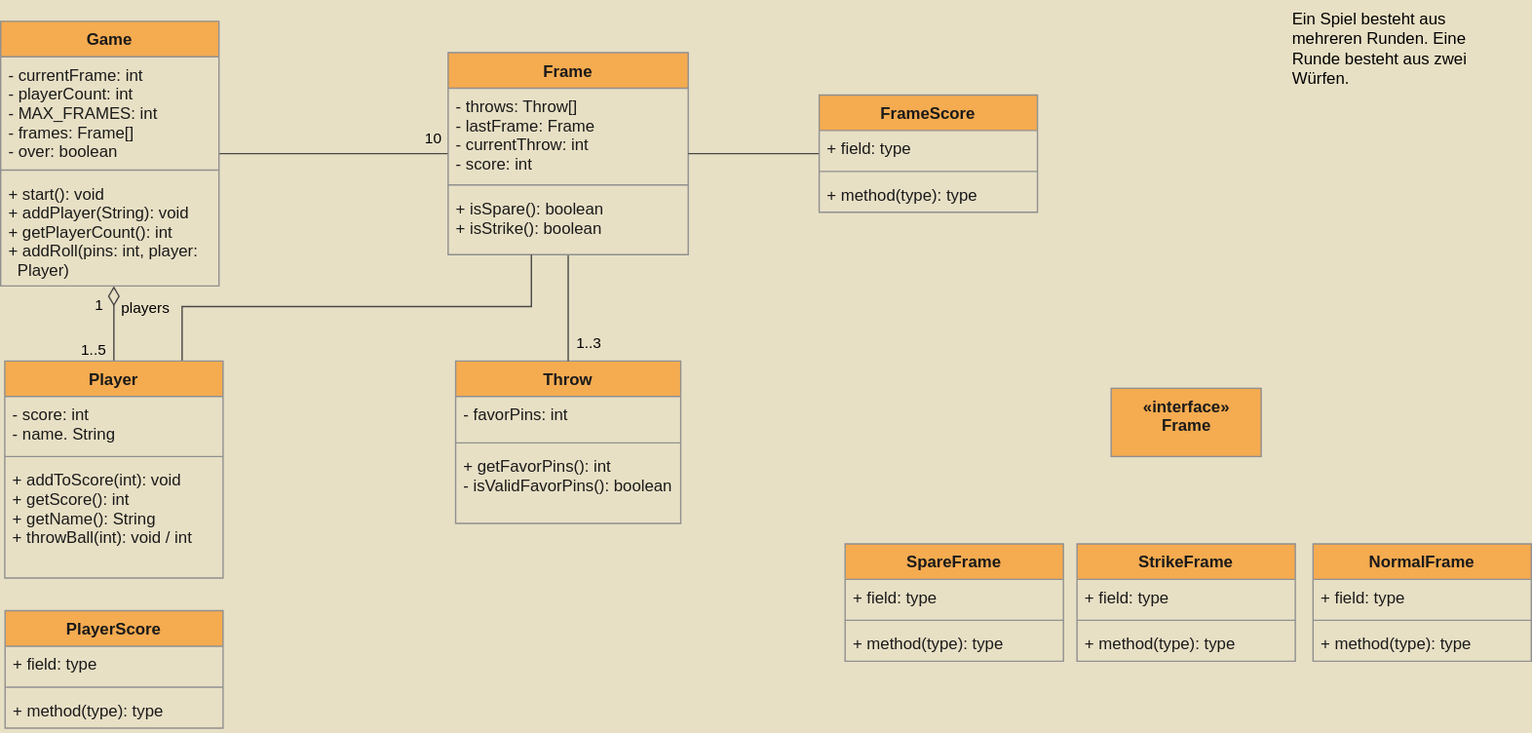
Before: main.svg, a diagram exported from draw.io (fbnr1/BowlPlay). Source tidied: cells renumbered, new cells last; positions are measured from the earlier drawing's top-left corner, leaving out a move shared by most shapes. Source of this version:
```xml
<mxGraphModel background="#E8E0C5">
  <root>
    <mxCell id="0" />
    <mxCell id="1" parent="0" />
    <mxCell id="2" value="Throw" style="swimlane;fontStyle=1;align=center;verticalAlign=top;horizontal=1;startSize=26;fillColor=#F5AB50;strokeColor=#909090;fontColor=#1A1A1A;" parent="1" vertex="1">
      <mxGeometry x="333.5" y="264" width="165" height="119" as="geometry" />
    </mxCell>
    <mxCell id="3" value="- favorPins: int" style="text;strokeColor=none;fillColor=none;align=left;verticalAlign=top;spacingLeft=4;spacingRight=4;overflow=hidden;fontColor=#1A1A1A;" parent="2" vertex="1">
      <mxGeometry y="26" width="165" height="30" as="geometry" />
    </mxCell>
    <mxCell id="4" style="line;strokeWidth=1;fillColor=none;align=left;verticalAlign=middle;spacingTop=-1;spacingLeft=3;spacingRight=3;labelPosition=right;labelBackgroundColor=#EEEEEE;strokeColor=#909090;fontColor=#1A1A1A;" parent="2" vertex="1">
      <mxGeometry y="56" width="165" height="8" as="geometry" />
    </mxCell>
    <mxCell id="5" value="+ getFavorPins(): int&#10;- isValidFavorPins(): boolean" style="text;strokeColor=none;fillColor=none;align=left;verticalAlign=top;spacingLeft=4;spacingRight=4;overflow=hidden;fontColor=#1A1A1A;" parent="2" vertex="1">
      <mxGeometry y="64" width="165" height="55" as="geometry" />
    </mxCell>
    <mxCell id="6" style="edgeStyle=orthogonalEdgeStyle;rounded=0;jettySize=auto;html=1;endArrow=none;endFill=0;startSize=12;endSize=12;strokeColor=#474747;" parent="1" edge="1" source="8" target="14">
      <mxGeometry relative="1" as="geometry" />
    </mxCell>
    <mxCell id="7" value="10" style="edgeLabel;html=1;align=center;verticalAlign=middle;fontColor=#000000;labelBackgroundColor=none;" parent="6" vertex="1">
      <mxGeometry x="0.68" relative="1" as="geometry">
        <mxPoint x="15" y="-11" as="offset" />
      </mxGeometry>
    </mxCell>
    <mxCell id="8" value="Game" style="swimlane;fontStyle=1;align=center;verticalAlign=top;horizontal=1;startSize=26;fillColor=#F5AB50;strokeColor=#909090;fontColor=#1A1A1A;" parent="1" vertex="1">
      <mxGeometry y="15" width="160" height="194" as="geometry" />
    </mxCell>
    <mxCell id="9" value="- currentFrame: int&#10;- playerCount: int&#10;- MAX_FRAMES: int&#10;- frames: Frame[]&#10;- over: boolean&#10;" style="text;strokeColor=none;fillColor=none;align=left;verticalAlign=top;spacingLeft=4;spacingRight=4;overflow=hidden;fontColor=#1A1A1A;" parent="8" vertex="1">
      <mxGeometry y="26" width="160" height="79" as="geometry" />
    </mxCell>
    <mxCell id="10" style="line;strokeWidth=1;fillColor=none;align=left;verticalAlign=middle;spacingTop=-1;spacingLeft=3;spacingRight=3;labelPosition=right;labelBackgroundColor=#EEEEEE;strokeColor=#909090;fontColor=#1A1A1A;" parent="8" vertex="1">
      <mxGeometry y="105" width="160" height="8" as="geometry" />
    </mxCell>
    <mxCell id="11" value="+ start(): void&#10;+ addPlayer(String): void&#10;+ getPlayerCount(): int&#10;+ addRoll(pins: int, player: &#10;   Player)" style="text;strokeColor=none;fillColor=none;align=left;verticalAlign=top;spacingLeft=4;spacingRight=4;overflow=hidden;fontColor=#1A1A1A;" parent="8" vertex="1">
      <mxGeometry y="113" width="160" height="81" as="geometry" />
    </mxCell>
    <mxCell id="12" style="edgeStyle=orthogonalEdgeStyle;rounded=0;jettySize=auto;html=1;endArrow=none;endFill=0;startSize=12;endSize=12;strokeColor=#474747;" parent="1" edge="1" source="14" target="2">
      <mxGeometry relative="1" as="geometry" />
    </mxCell>
    <mxCell id="13" value="1..3" style="edgeLabel;html=1;align=center;verticalAlign=middle;labelBackgroundColor=none;fontColor=#000000;" parent="12" vertex="1">
      <mxGeometry x="0.27" relative="1" as="geometry">
        <mxPoint x="15" y="15" as="offset" />
      </mxGeometry>
    </mxCell>
    <mxCell id="14" value="Frame" style="swimlane;fontStyle=1;align=center;verticalAlign=top;horizontal=1;startSize=26;fillColor=#F5AB50;strokeColor=#909090;fontColor=#1A1A1A;" parent="1" vertex="1">
      <mxGeometry x="328" y="38" width="176" height="148" as="geometry" />
    </mxCell>
    <mxCell id="15" value="- throws: Throw[]&#10;- lastFrame: Frame&#10;- currentThrow: int&#10;- score: int" style="text;strokeColor=none;fillColor=none;align=left;verticalAlign=top;spacingLeft=4;spacingRight=4;overflow=hidden;fontColor=#1A1A1A;" parent="14" vertex="1">
      <mxGeometry y="26" width="176" height="67" as="geometry" />
    </mxCell>
    <mxCell id="16" style="line;strokeWidth=1;fillColor=none;align=left;verticalAlign=middle;spacingTop=-1;spacingLeft=3;spacingRight=3;labelPosition=right;labelBackgroundColor=#EEEEEE;strokeColor=#909090;fontColor=#1A1A1A;" parent="14" vertex="1">
      <mxGeometry y="93" width="176" height="8" as="geometry" />
    </mxCell>
    <mxCell id="17" value="+ isSpare(): boolean&#10;+ isStrike(): boolean&#10;" style="text;strokeColor=none;fillColor=none;align=left;verticalAlign=top;spacingLeft=4;spacingRight=4;overflow=hidden;fontColor=#1A1A1A;" parent="14" vertex="1">
      <mxGeometry y="101" width="176" height="47" as="geometry" />
    </mxCell>
    <mxCell id="18" value="&lt;font color=&quot;#000000&quot;&gt;Ein Spiel besteht aus mehreren Runden. Eine Runde besteht aus zwei Würfen.&lt;/font&gt;" style="text;html=1;strokeColor=none;fillColor=none;align=left;verticalAlign=top;whiteSpace=wrap;rounded=0;" parent="1" vertex="1">
      <mxGeometry x="945" width="160" height="69" as="geometry" />
    </mxCell>
    <mxCell id="19" style="edgeStyle=orthogonalEdgeStyle;rounded=0;jettySize=auto;html=1;endArrow=diamondThin;endFill=0;startSize=12;endSize=12;strokeColor=#474747;startArrow=none;startFill=0;" parent="1" edge="1" source="24" target="8">
      <mxGeometry relative="1" as="geometry">
        <Array as="points">
          <mxPoint x="83" y="245" />
          <mxPoint x="83" y="245" />
        </Array>
      </mxGeometry>
    </mxCell>
    <mxCell id="20" value="players" style="edgeLabel;html=1;align=center;verticalAlign=middle;labelBackgroundColor=none;fontColor=#000000;" parent="19" vertex="1">
      <mxGeometry x="-0.32" relative="1" as="geometry">
        <mxPoint x="23" y="-21" as="offset" />
      </mxGeometry>
    </mxCell>
    <mxCell id="21" value="1..5" style="edgeLabel;html=1;align=center;verticalAlign=middle;fontColor=#000000;labelBackgroundColor=none;" parent="19" vertex="1">
      <mxGeometry x="0.17" relative="1" as="geometry">
        <mxPoint x="-15" y="24" as="offset" />
      </mxGeometry>
    </mxCell>
    <mxCell id="22" value="1" style="edgeLabel;html=1;align=center;verticalAlign=middle;fontColor=#000000;labelBackgroundColor=none;" parent="19" vertex="1">
      <mxGeometry x="0.13" y="-2" relative="1" as="geometry">
        <mxPoint x="-13" y="-10" as="offset" />
      </mxGeometry>
    </mxCell>
    <mxCell id="23" style="edgeStyle=orthogonalEdgeStyle;rounded=0;jettySize=auto;html=1;endArrow=none;endFill=0;startSize=12;endSize=12;strokeColor=#474747;" parent="1" edge="1" source="24" target="14">
      <mxGeometry relative="1" as="geometry">
        <Array as="points">
          <mxPoint x="133" y="224" />
          <mxPoint x="389" y="224" />
        </Array>
      </mxGeometry>
    </mxCell>
    <mxCell id="24" value="Player" style="swimlane;fontStyle=1;align=center;verticalAlign=top;horizontal=1;startSize=26;fillColor=#F5AB50;strokeColor=#909090;fontColor=#1A1A1A;" parent="1" vertex="1">
      <mxGeometry x="3" y="264" width="160" height="159" as="geometry" />
    </mxCell>
    <mxCell id="25" value="- score: int&#10;- name. String" style="text;strokeColor=none;fillColor=none;align=left;verticalAlign=top;spacingLeft=4;spacingRight=4;overflow=hidden;fontColor=#1A1A1A;" parent="24" vertex="1">
      <mxGeometry y="26" width="160" height="40" as="geometry" />
    </mxCell>
    <mxCell id="26" style="line;strokeWidth=1;fillColor=none;align=left;verticalAlign=middle;spacingTop=-1;spacingLeft=3;spacingRight=3;labelPosition=right;labelBackgroundColor=#EEEEEE;strokeColor=#909090;fontColor=#1A1A1A;" parent="24" vertex="1">
      <mxGeometry y="66" width="160" height="8" as="geometry" />
    </mxCell>
    <mxCell id="27" value="+ addToScore(int): void &#10;+ getScore(): int&#10;+ getName(): String&#10;+ throwBall(int): void / int&#10;" style="text;strokeColor=none;fillColor=none;align=left;verticalAlign=top;spacingLeft=4;spacingRight=4;overflow=hidden;fontColor=#1A1A1A;" parent="24" vertex="1">
      <mxGeometry y="74" width="160" height="85" as="geometry" />
    </mxCell>
    <mxCell id="28" value="«interface»&lt;br&gt;&lt;b&gt;Frame&lt;/b&gt;" style="html=1;fontColor=#1A1A1A;fontStyle=1;verticalAlign=top;strokeColor=#909090;fillColor=#F5AB50;startSize=26;" parent="1" vertex="1">
      <mxGeometry x="814" y="284" width="110" height="50" as="geometry" />
    </mxCell>
    <mxCell id="29" value="SpareFrame" style="swimlane;fontStyle=1;align=center;verticalAlign=top;horizontal=1;startSize=26;fillColor=#F5AB50;strokeColor=#909090;fontColor=#1A1A1A;" parent="1" vertex="1">
      <mxGeometry x="619" y="398" width="160" height="86" as="geometry" />
    </mxCell>
    <mxCell id="30" value="+ field: type" style="text;strokeColor=none;fillColor=none;align=left;verticalAlign=top;spacingLeft=4;spacingRight=4;overflow=hidden;fontColor=#1A1A1A;" parent="29" vertex="1">
      <mxGeometry y="26" width="160" height="26" as="geometry" />
    </mxCell>
    <mxCell id="31" style="line;strokeWidth=1;fillColor=none;align=left;verticalAlign=middle;spacingTop=-1;spacingLeft=3;spacingRight=3;labelPosition=right;labelBackgroundColor=#EEEEEE;strokeColor=#909090;fontColor=#1A1A1A;" parent="29" vertex="1">
      <mxGeometry y="52" width="160" height="8" as="geometry" />
    </mxCell>
    <mxCell id="32" value="+ method(type): type" style="text;strokeColor=none;fillColor=none;align=left;verticalAlign=top;spacingLeft=4;spacingRight=4;overflow=hidden;fontColor=#1A1A1A;" parent="29" vertex="1">
      <mxGeometry y="60" width="160" height="26" as="geometry" />
    </mxCell>
    <mxCell id="33" value="StrikeFrame" style="swimlane;fontStyle=1;align=center;verticalAlign=top;horizontal=1;startSize=26;fillColor=#F5AB50;strokeColor=#909090;fontColor=#1A1A1A;" parent="1" vertex="1">
      <mxGeometry x="789" y="398" width="160" height="86" as="geometry" />
    </mxCell>
    <mxCell id="34" value="+ field: type" style="text;strokeColor=none;fillColor=none;align=left;verticalAlign=top;spacingLeft=4;spacingRight=4;overflow=hidden;fontColor=#1A1A1A;" parent="33" vertex="1">
      <mxGeometry y="26" width="160" height="26" as="geometry" />
    </mxCell>
    <mxCell id="35" style="line;strokeWidth=1;fillColor=none;align=left;verticalAlign=middle;spacingTop=-1;spacingLeft=3;spacingRight=3;labelPosition=right;labelBackgroundColor=#EEEEEE;strokeColor=#909090;fontColor=#1A1A1A;" parent="33" vertex="1">
      <mxGeometry y="52" width="160" height="8" as="geometry" />
    </mxCell>
    <mxCell id="36" value="+ method(type): type" style="text;strokeColor=none;fillColor=none;align=left;verticalAlign=top;spacingLeft=4;spacingRight=4;overflow=hidden;fontColor=#1A1A1A;" parent="33" vertex="1">
      <mxGeometry y="60" width="160" height="26" as="geometry" />
    </mxCell>
    <mxCell id="37" value="NormalFrame" style="swimlane;fontStyle=1;align=center;verticalAlign=top;horizontal=1;startSize=26;fillColor=#F5AB50;strokeColor=#909090;fontColor=#1A1A1A;" parent="1" vertex="1">
      <mxGeometry x="962" y="398" width="160" height="86" as="geometry" />
    </mxCell>
    <mxCell id="38" value="+ field: type" style="text;strokeColor=none;fillColor=none;align=left;verticalAlign=top;spacingLeft=4;spacingRight=4;overflow=hidden;fontColor=#1A1A1A;" parent="37" vertex="1">
      <mxGeometry y="26" width="160" height="26" as="geometry" />
    </mxCell>
    <mxCell id="39" style="line;strokeWidth=1;fillColor=none;align=left;verticalAlign=middle;spacingTop=-1;spacingLeft=3;spacingRight=3;labelPosition=right;labelBackgroundColor=#EEEEEE;strokeColor=#909090;fontColor=#1A1A1A;" parent="37" vertex="1">
      <mxGeometry y="52" width="160" height="8" as="geometry" />
    </mxCell>
    <mxCell id="40" value="+ method(type): type" style="text;strokeColor=none;fillColor=none;align=left;verticalAlign=top;spacingLeft=4;spacingRight=4;overflow=hidden;fontColor=#1A1A1A;" parent="37" vertex="1">
      <mxGeometry y="60" width="160" height="26" as="geometry" />
    </mxCell>
    <mxCell id="41" value="PlayerScore" style="swimlane;fontStyle=1;align=center;verticalAlign=top;horizontal=1;startSize=26;fillColor=#F5AB50;strokeColor=#909090;fontColor=#1A1A1A;" parent="1" vertex="1">
      <mxGeometry x="3.2" y="447" width="159.8" height="86" as="geometry" />
    </mxCell>
    <mxCell id="42" value="+ field: type" style="text;strokeColor=none;fillColor=none;align=left;verticalAlign=top;spacingLeft=4;spacingRight=4;overflow=hidden;fontColor=#1A1A1A;" parent="41" vertex="1">
      <mxGeometry y="26" width="159.8" height="26" as="geometry" />
    </mxCell>
    <mxCell id="43" style="line;strokeWidth=1;fillColor=none;align=left;verticalAlign=middle;spacingTop=-1;spacingLeft=3;spacingRight=3;labelPosition=right;labelBackgroundColor=#EEEEEE;strokeColor=#909090;fontColor=#1A1A1A;" parent="41" vertex="1">
      <mxGeometry y="52" width="159.8" height="8" as="geometry" />
    </mxCell>
    <mxCell id="44" value="+ method(type): type" style="text;strokeColor=none;fillColor=none;align=left;verticalAlign=top;spacingLeft=4;spacingRight=4;overflow=hidden;fontColor=#1A1A1A;" parent="41" vertex="1">
      <mxGeometry y="60" width="159.8" height="26" as="geometry" />
    </mxCell>
    <mxCell id="45" style="edgeStyle=orthogonalEdgeStyle;rounded=0;jettySize=auto;html=1;endArrow=none;endFill=0;startSize=12;endSize=12;strokeColor=#474747;" parent="1" edge="1" source="46" target="14">
      <mxGeometry relative="1" as="geometry" />
    </mxCell>
    <mxCell id="46" value="FrameScore" style="swimlane;fontStyle=1;align=center;verticalAlign=top;horizontal=1;startSize=26;fillColor=#F5AB50;strokeColor=#909090;fontColor=#1A1A1A;" parent="1" vertex="1">
      <mxGeometry x="600" y="69" width="160" height="86" as="geometry" />
    </mxCell>
    <mxCell id="47" value="+ field: type" style="text;strokeColor=none;fillColor=none;align=left;verticalAlign=top;spacingLeft=4;spacingRight=4;overflow=hidden;fontColor=#1A1A1A;" parent="46" vertex="1">
      <mxGeometry y="26" width="160" height="26" as="geometry" />
    </mxCell>
    <mxCell id="48" style="line;strokeWidth=1;fillColor=none;align=left;verticalAlign=middle;spacingTop=-1;spacingLeft=3;spacingRight=3;labelPosition=right;labelBackgroundColor=#EEEEEE;strokeColor=#909090;fontColor=#1A1A1A;" parent="46" vertex="1">
      <mxGeometry y="52" width="160" height="8" as="geometry" />
    </mxCell>
    <mxCell id="49" value="+ method(type): type" style="text;strokeColor=none;fillColor=none;align=left;verticalAlign=top;spacingLeft=4;spacingRight=4;overflow=hidden;fontColor=#1A1A1A;" parent="46" vertex="1">
      <mxGeometry y="60" width="160" height="26" as="geometry" />
    </mxCell>
  </root>
</mxGraphModel>
```
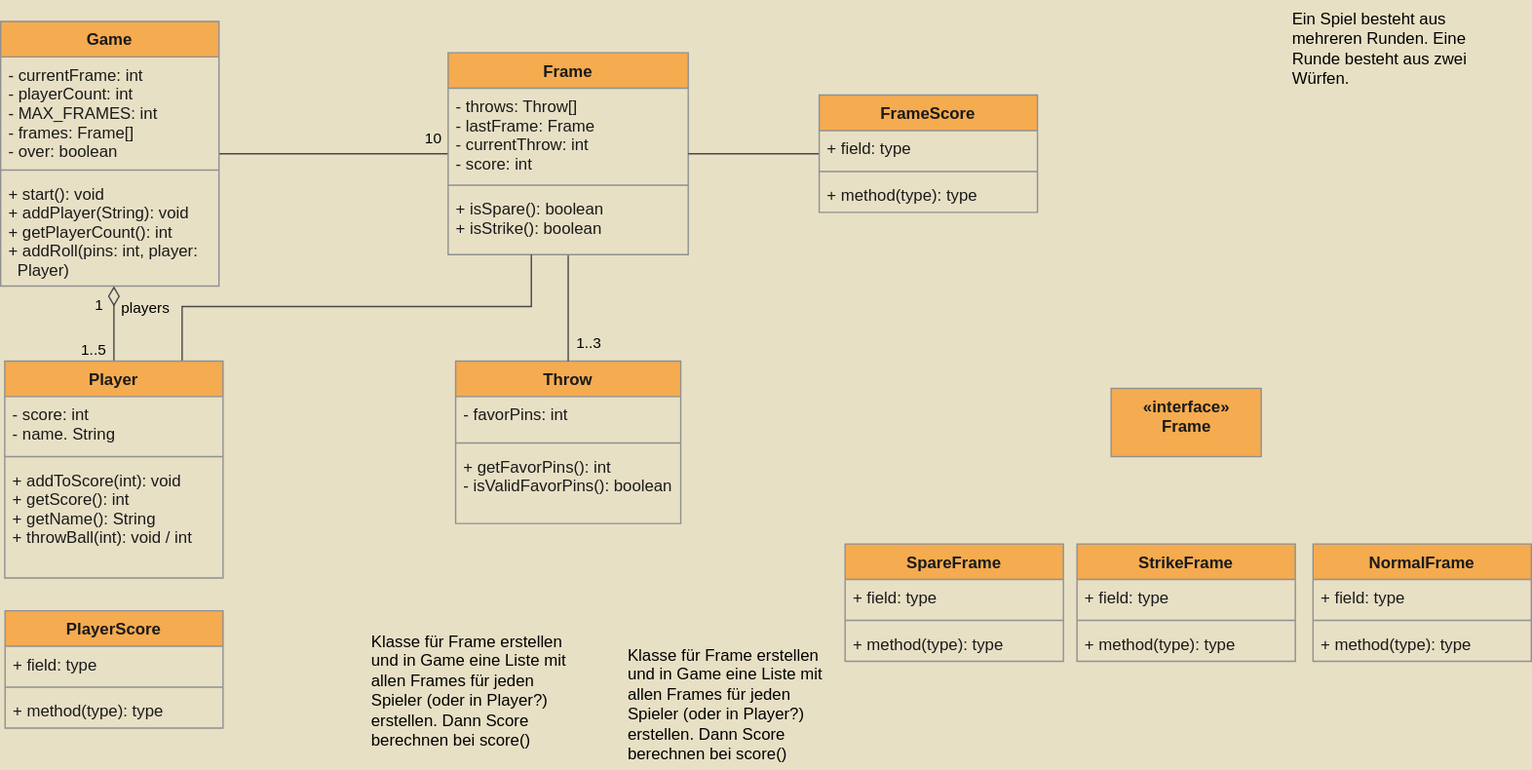
Later version of the same file.

What changed in the source:
```diff
@@ -166,5 +166,11 @@
     <mxCell id="49" value="+ method(type): type" style="text;strokeColor=none;fillColor=none;align=left;verticalAlign=top;spacingLeft=4;spacingRight=4;overflow=hidden;fontColor=#1A1A1A;" parent="46" vertex="1">
       <mxGeometry y="60" width="160" height="26" as="geometry" />
     </mxCell>
+    <mxCell id="50" value="&lt;font color=&quot;#000000&quot;&gt;Klasse für Frame erstellen und in Game eine Liste mit allen Frames für jeden Spieler (oder in Player?) erstellen. Dann Score berechnen bei score()&lt;/font&gt;" style="text;html=1;strokeColor=none;fillColor=none;align=left;verticalAlign=top;whiteSpace=wrap;rounded=0;" parent="1" vertex="1">
+      <mxGeometry x="270" y="455.5" width="161" height="96.5" as="geometry" />
+    </mxCell>
+    <mxCell id="51" value="&lt;font color=&quot;#000000&quot;&gt;Klasse für Frame erstellen und in Game eine Liste mit allen Frames für jeden Spieler (oder in Player?) erstellen. Dann Score berechnen bei score()&lt;/font&gt;" style="text;html=1;strokeColor=none;fillColor=none;align=left;verticalAlign=top;whiteSpace=wrap;rounded=0;" parent="1" vertex="1">
+      <mxGeometry x="458" y="466" width="161" height="96.5" as="geometry" />
+    </mxCell>
   </root>
 </mxGraphModel>
```
